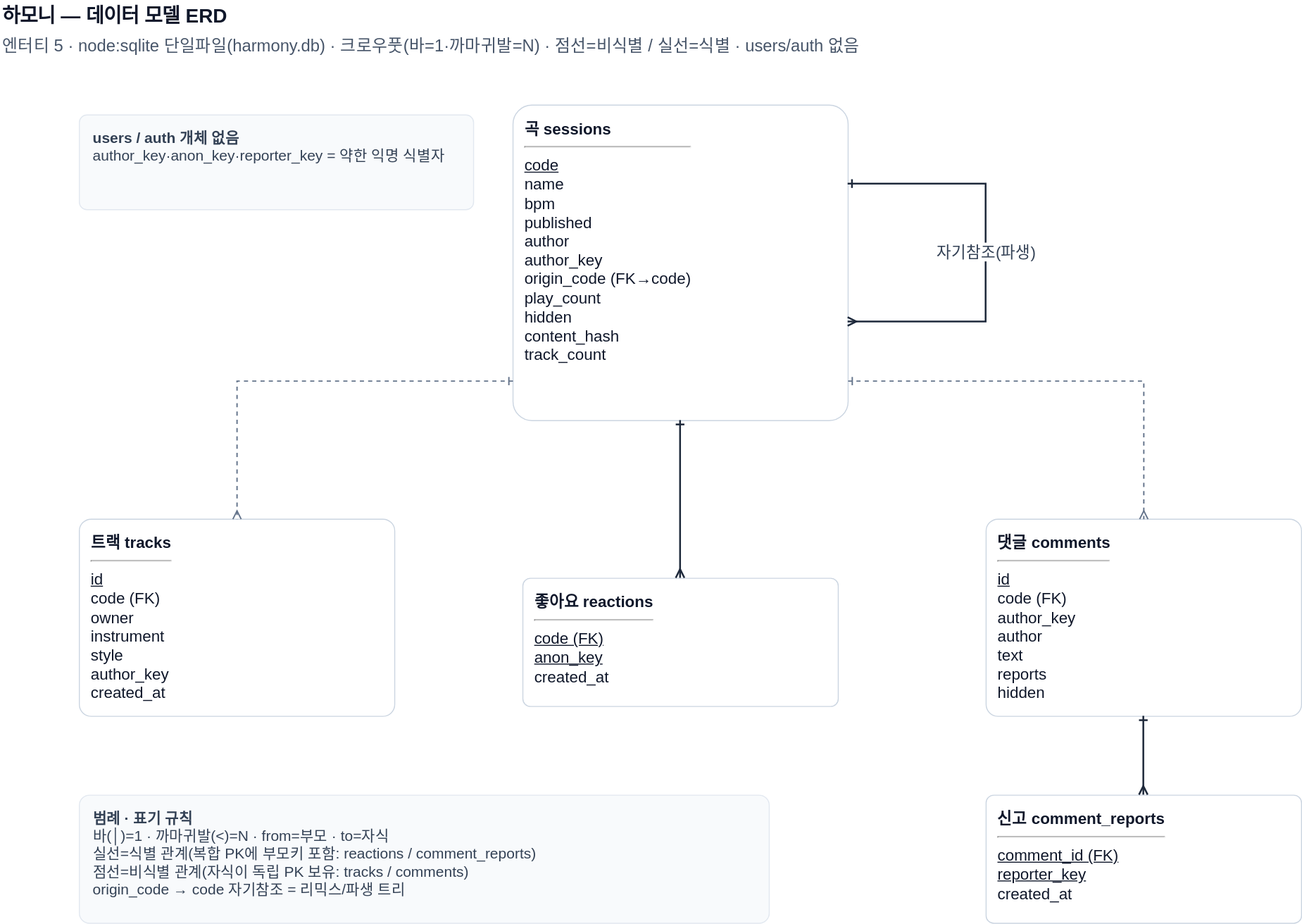
This is 산출물/04_시스템설계/하모니_데이터모델_ERD.svg from Appintos-Harmony/appintoss-meetup, a draw.io export, as it was before one commit. Source tidied: cells renumbered, new cells last; positions are measured from the earlier drawing's top-left corner, leaving out a move shared by most shapes.
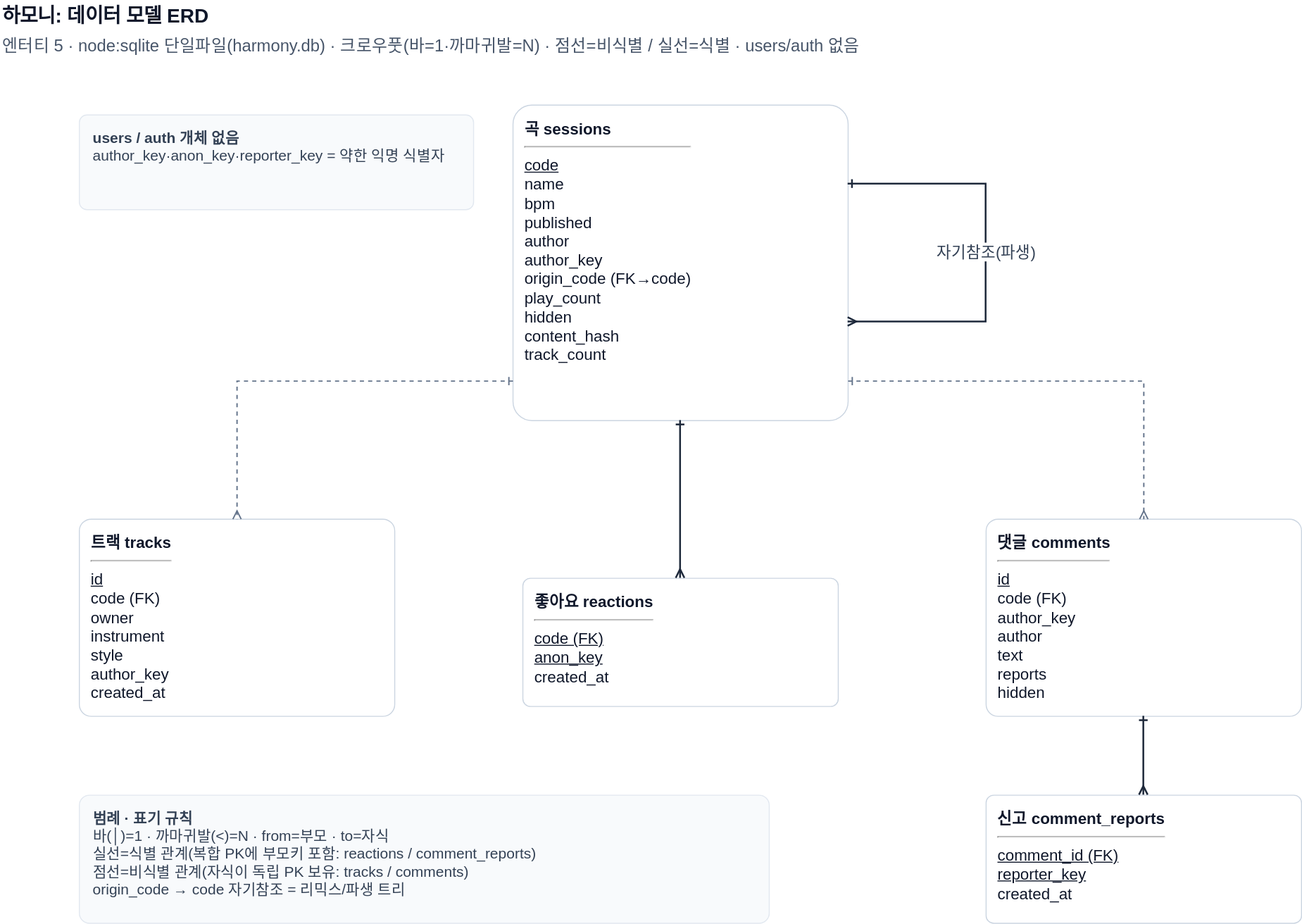
Later version of the same file.

Diff of the diagram source:
```diff
@@ -2,7 +2,7 @@
   <root>
     <mxCell id="0" />
     <mxCell id="1" parent="0" />
-    <mxCell id="2" value="&lt;b style=&quot;font-size:20px&quot;&gt;하모니 — 데이터 모델 ERD&lt;/b&gt;" style="text;html=1;align=left;verticalAlign=middle;fontColor=#0F172A;" parent="1" vertex="1">
+    <mxCell id="2" value="&lt;b style=&quot;font-size:20px&quot;&gt;하모니: 데이터 모델 ERD&lt;/b&gt;" style="text;html=1;align=left;verticalAlign=middle;fontColor=#0F172A;" parent="1" vertex="1">
       <mxGeometry width="1000" height="30" as="geometry" />
     </mxCell>
     <mxCell id="3" value="&lt;font color=&quot;#475569&quot;&gt;엔터티 5 · node:sqlite 단일파일(harmony.db) · 크로우풋(바=1·까마귀발=N) · 점선=비식별 / 실선=식별 · users/auth 없음&lt;/font&gt;" style="text;html=1;align=left;verticalAlign=middle;fontSize=17;" parent="1" vertex="1">
```
